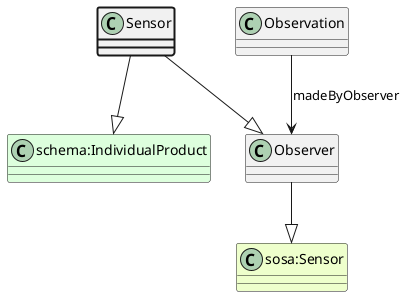
aus-plant-phenomics-network/appn-schema keeps this PlantUML diagram as ttl_uml/ttl_appn_Sensor.png. Above is the earlier version.
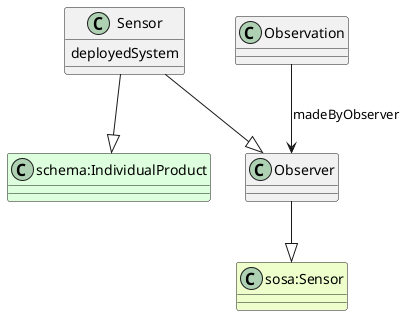
Above is the later version.

What changed in the source:
```diff
@@ -6,6 +6,9 @@
 Sensor --|> Observer
 class "schema:IndividualProduct" #DDFFDD
 Sensor --|> "schema:IndividualProduct"
+class Sensor {
+    deployedSystem
+}
 class Observation
 Observation --> Observer : madeByObserver
 @enduml
```
